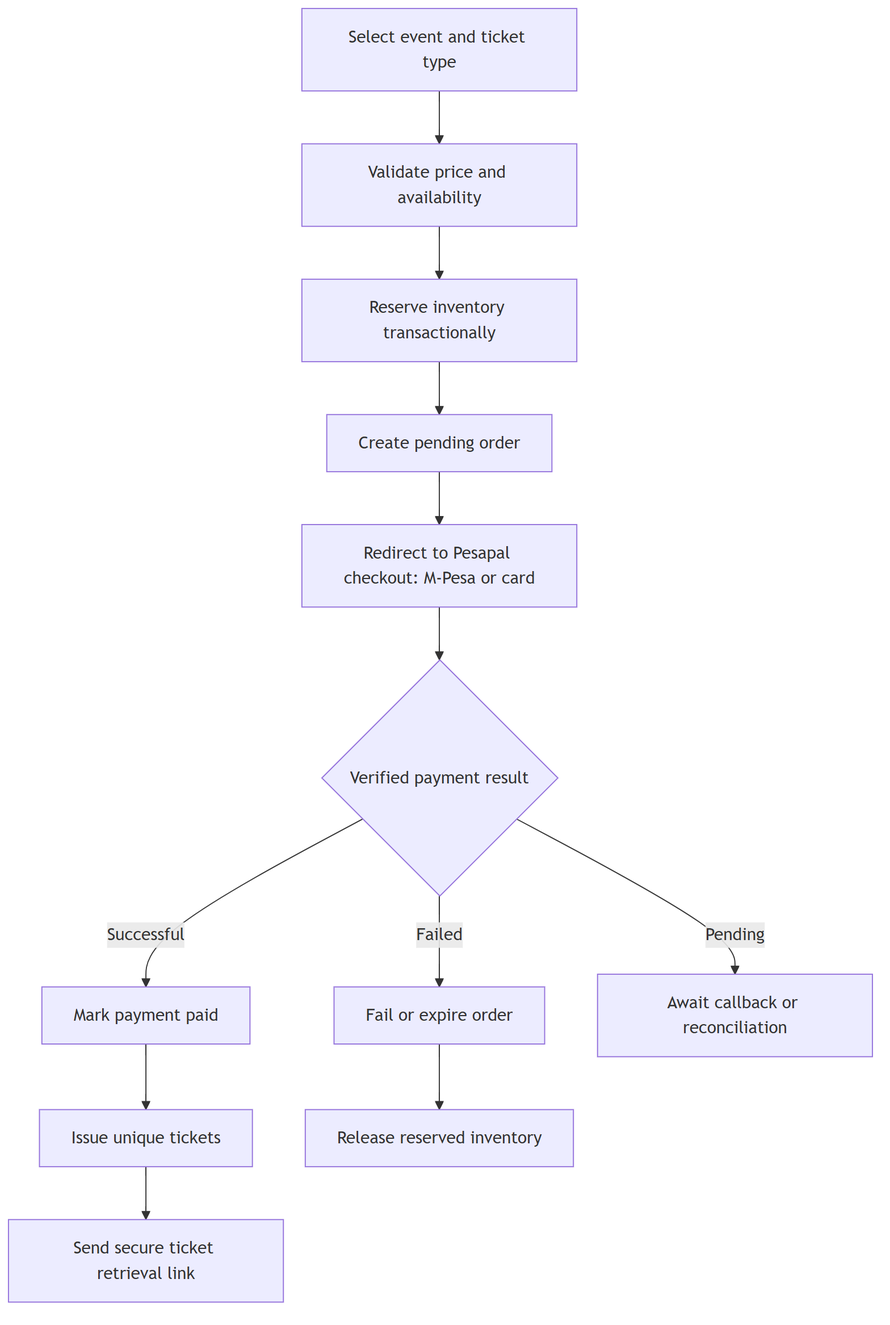
kreativesahara/ticket keeps this Mermaid diagram as doc/diagrams/techstack/02-ticket-purchase-flow.png. Above is the earlier version. Its source is kept beside it as doc/diagrams/techstack/02-ticket-purchase-flow.mmd.
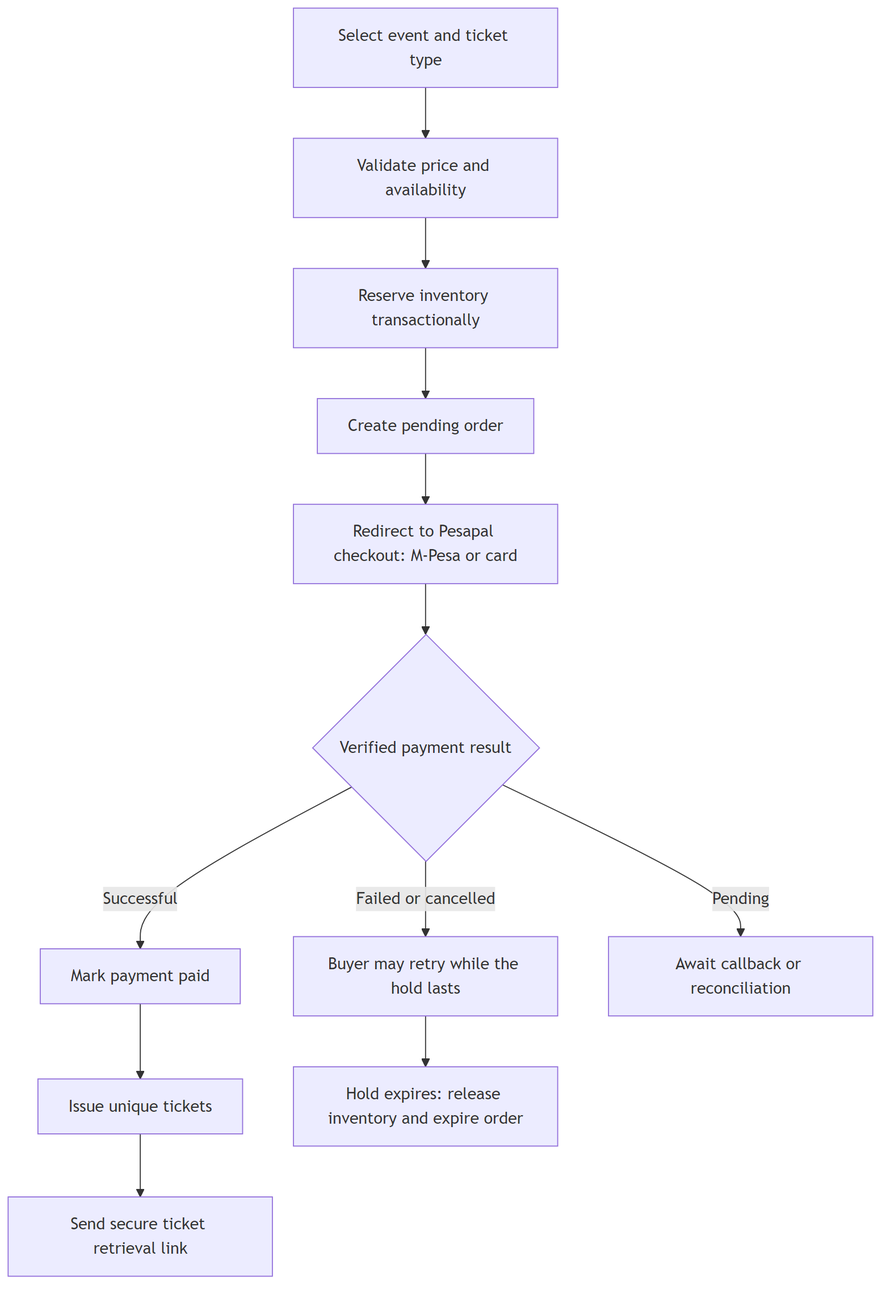
Above is the later version.

Diff of the diagram source:
```diff
@@ -7,6 +7,6 @@
     F -- Successful --> G[Mark payment paid]
     G --> H[Issue unique tickets]
     H --> I[Send secure ticket retrieval link]
-    F -- Failed --> J[Fail or expire order]
-    J --> K[Release reserved inventory]
+    F -- Failed or cancelled --> J[Buyer may retry while the hold lasts]
+    J --> K[Hold expires: release inventory and expire order]
     F -- Pending --> L[Await callback or reconciliation]
```
